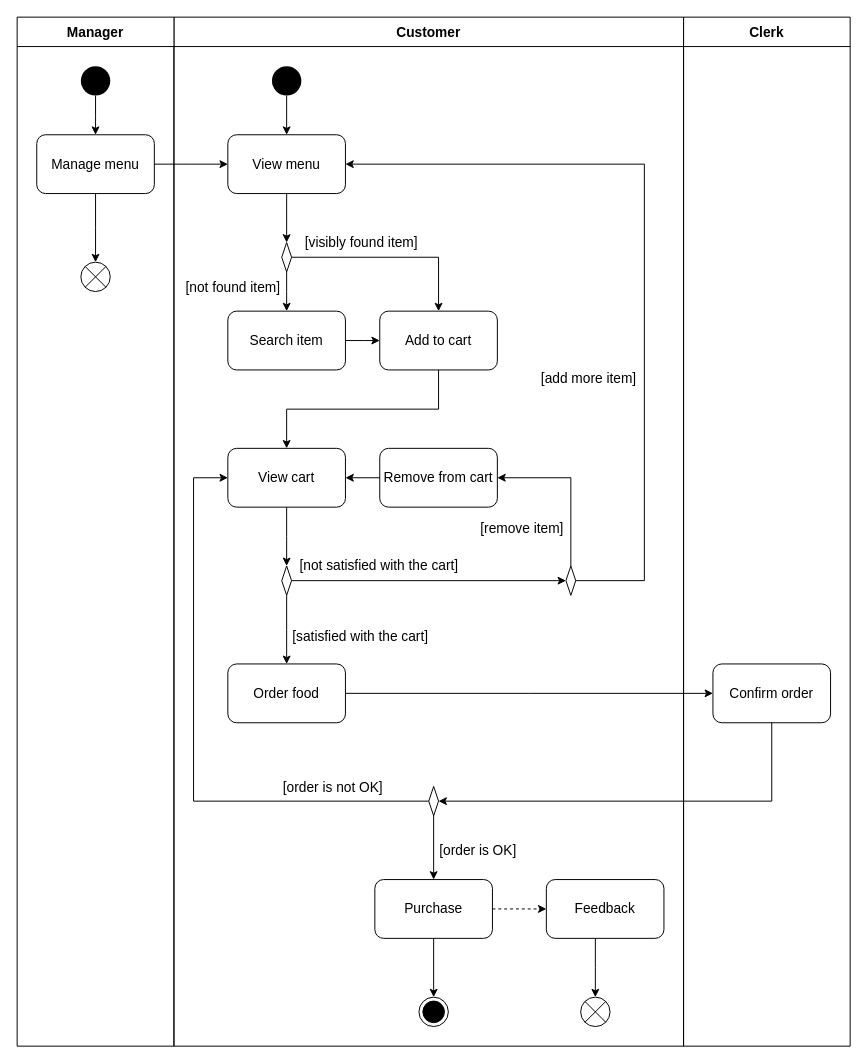
This is requirements/activity/activity.drawio from thanhtoan1742/OWCA_POS, a draw.io file, before an edit. Source tidied: cells renumbered, new cells numbered last; positions are measured from the earlier drawing's top-left corner, leaving out a move shared by most shapes. Both pictures are drawn from the tidied source at 98%, with x=0, y=0 at pixel (17, 17).
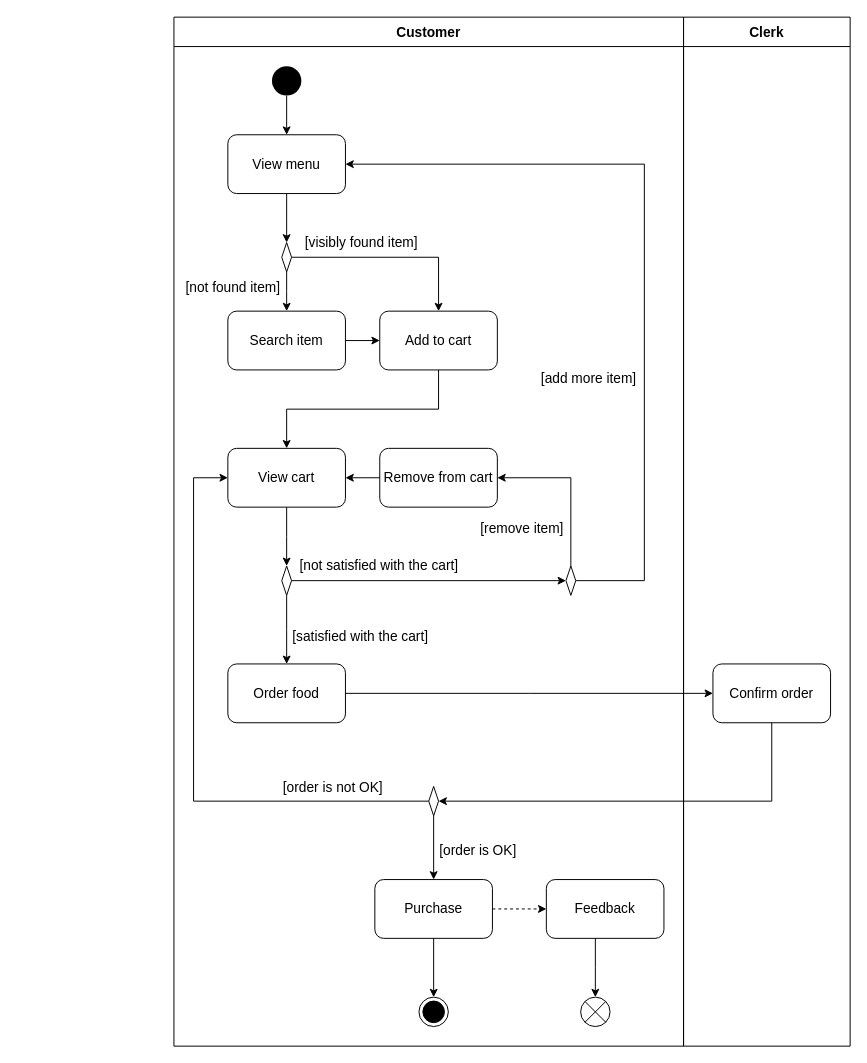
The same page after the edit.

The change refers to these unchanged cells:
```xml
<mxCell id="20" value="View menu" style="rounded=1;whiteSpace=wrap;html=1;fontSize=14;" parent="1" vertex="1">
  <mxGeometry x="215" y="120" width="120" height="60" as="geometry" />
</mxCell>
```

What changed in the source:
```diff
@@
-    <mxCell id="39" value="Manager" style="swimlane;startSize=30;fontSize=14;" parent="1" vertex="1">
-      <mxGeometry width="160" height="1050" as="geometry" />
-    </mxCell>
-    <mxCell id="40" style="edgeStyle=elbowEdgeStyle;rounded=0;jettySize=auto;elbow=vertical;html=1;fontSize=14;" parent="39" edge="1" source="41" target="44">
-      <mxGeometry relative="1" as="geometry" />
-    </mxCell>
-    <mxCell id="41" value="Manage menu" style="rounded=1;whiteSpace=wrap;html=1;fontSize=14;" parent="39" vertex="1">
-      <mxGeometry x="20" y="120" width="120" height="60" as="geometry" />
-    </mxCell>
-    <mxCell id="42" style="edgeStyle=elbowEdgeStyle;rounded=0;jettySize=auto;elbow=vertical;html=1;fontSize=14;" parent="39" edge="1" source="43" target="41">
-      <mxGeometry relative="1" as="geometry" />
-    </mxCell>
-    <mxCell id="43" style="ellipse;fillColor=#000000;strokeColor=none;fontSize=14;" parent="39" vertex="1">
-      <mxGeometry x="65" y="50" width="30" height="30" as="geometry" />
-    </mxCell>
-    <mxCell id="44" style="shape=sumEllipse;perimeter=ellipsePerimeter;whiteSpace=wrap;html=1;backgroundOutline=1;fontSize=14;" parent="39" vertex="1">
-      <mxGeometry x="65" y="250" width="30" height="30" as="geometry" />
-    </mxCell>
-    <mxCell id="45" style="edgeStyle=elbowEdgeStyle;rounded=0;jettySize=auto;elbow=vertical;html=1;fontSize=14;" parent="1" edge="1" source="41" target="20">
-      <mxGeometry relative="1" as="geometry" />
-    </mxCell>
```
